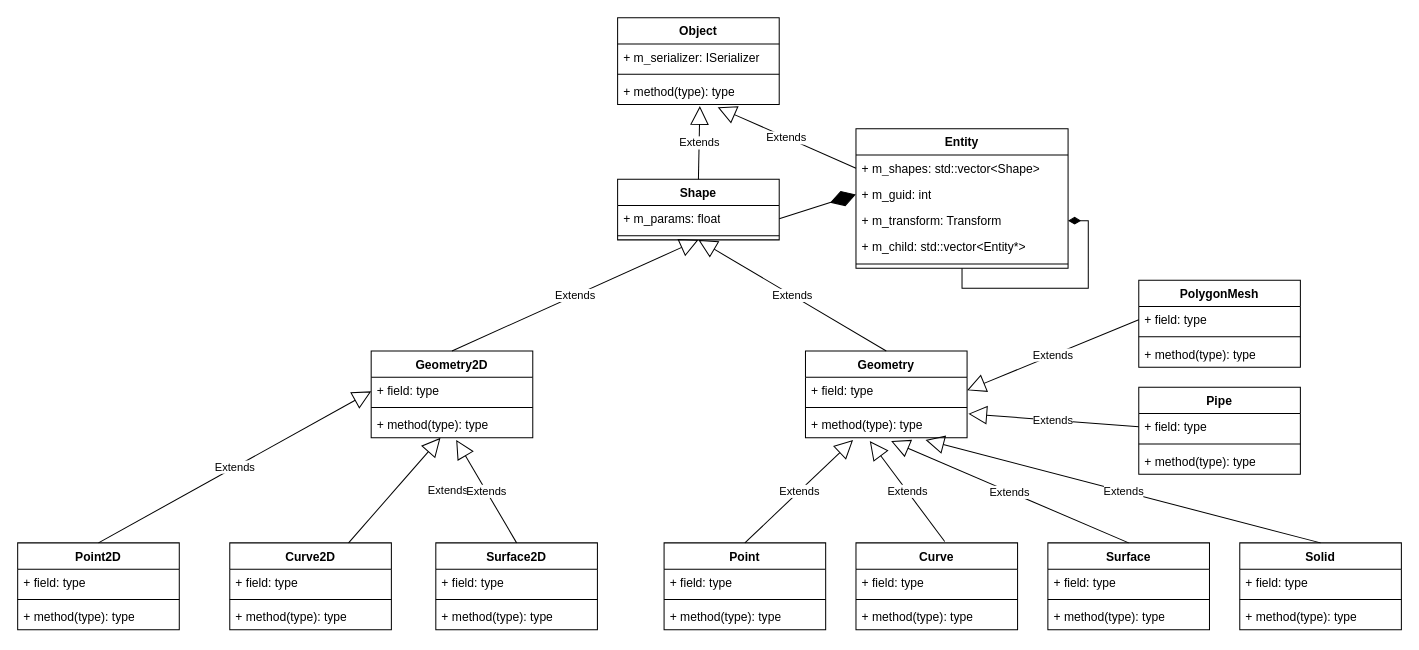
Above: DGE SDK.drawio in yichen2017/DGE-Design (draw.io), before the change. Source tidied: cells renumbered, new cells numbered last; positions are measured from the earlier drawing's top-left corner, leaving out a move shared by most shapes. Both pictures are drawn from the tidied source at 101%, with x=0, y=0 at pixel (17, 17).
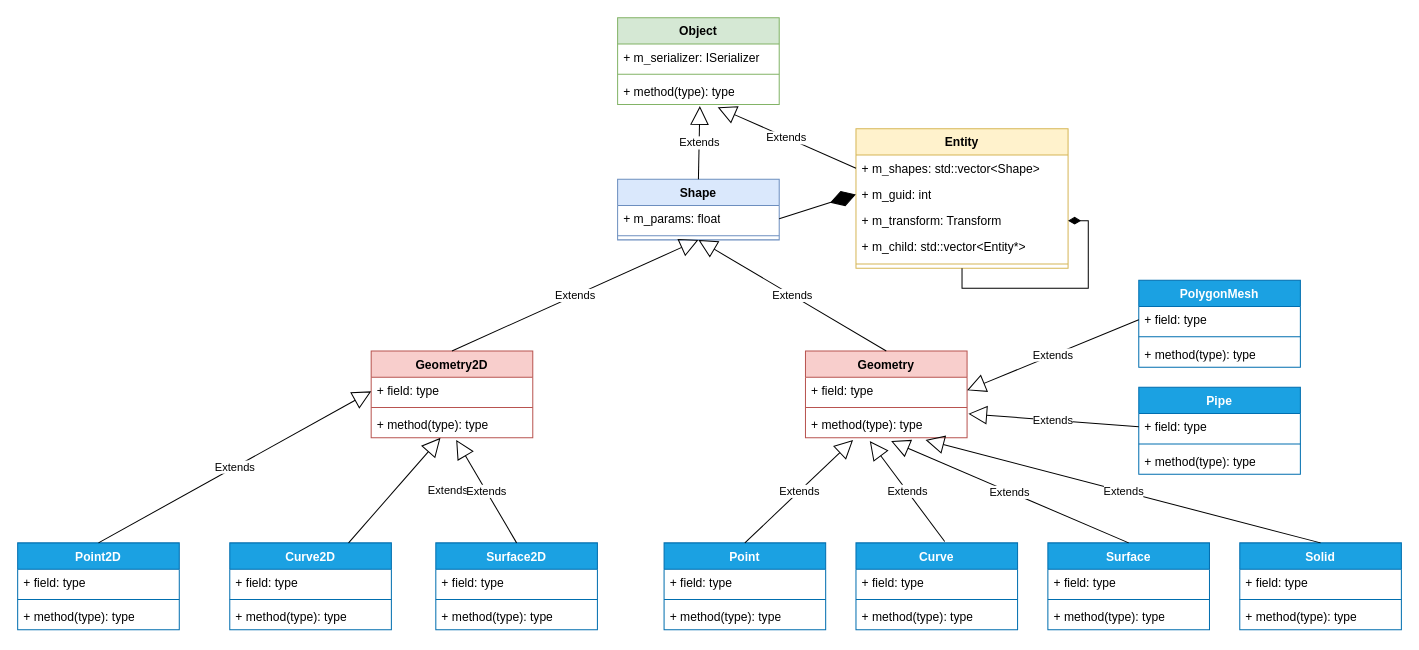
The same page after the edit.

Diff of the diagram source:
```diff
@@
-    <mxCell id="2" value="Shape" style="swimlane;fontStyle=1;align=center;verticalAlign=top;horizontal=1;startSize=26;whiteSpace=wrap;html=1;" parent="1" vertex="1">
+    <mxCell id="2" value="Shape" style="swimlane;fontStyle=1;align=center;verticalAlign=top;horizontal=1;startSize=26;whiteSpace=wrap;html=1;fillColor=#dae8fc;strokeColor=#6c8ebf;" parent="1" vertex="1">
       <mxGeometry x="594" y="160" width="160" height="60" as="geometry" />
     </mxCell>
@@
-    <mxCell id="6" value="Entity" style="swimlane;fontStyle=1;align=center;verticalAlign=top;horizontal=1;startSize=26;whiteSpace=wrap;html=1;" parent="1" vertex="1">
+    <mxCell id="6" value="Entity" style="swimlane;fontStyle=1;align=center;verticalAlign=top;horizontal=1;startSize=26;whiteSpace=wrap;html=1;fillColor=#fff2cc;strokeColor=#d6b656;" parent="1" vertex="1">
       <mxGeometry x="830" y="110" width="210" height="138" as="geometry" />
     </mxCell>
@@
-    <mxCell id="14" value="Geometry2D&lt;br&gt;" style="swimlane;fontStyle=1;align=center;verticalAlign=top;horizontal=1;startSize=26;whiteSpace=wrap;html=1;" parent="1" vertex="1">
+    <mxCell id="14" value="Geometry2D&lt;br&gt;" style="swimlane;fontStyle=1;align=center;verticalAlign=top;horizontal=1;startSize=26;whiteSpace=wrap;html=1;fillColor=#f8cecc;strokeColor=#b85450;" parent="1" vertex="1">
       <mxGeometry x="350" y="330" width="160" height="86" as="geometry" />
     </mxCell>
@@
-    <mxCell id="18" value="Geometry" style="swimlane;fontStyle=1;align=center;verticalAlign=top;horizontal=1;startSize=26;whiteSpace=wrap;html=1;" parent="1" vertex="1">
+    <mxCell id="18" value="Geometry" style="swimlane;fontStyle=1;align=center;verticalAlign=top;horizontal=1;startSize=26;whiteSpace=wrap;html=1;fillColor=#f8cecc;strokeColor=#b85450;" parent="1" vertex="1">
       <mxGeometry x="780" y="330" width="160" height="86" as="geometry" />
     </mxCell>
@@
-    <mxCell id="24" value="Point2D&lt;br&gt;" style="swimlane;fontStyle=1;align=center;verticalAlign=top;horizontal=1;startSize=26;whiteSpace=wrap;html=1;" parent="1" vertex="1">
+    <mxCell id="24" value="Point2D&lt;br&gt;" style="swimlane;fontStyle=1;align=center;verticalAlign=top;horizontal=1;startSize=26;whiteSpace=wrap;html=1;fillColor=#1ba1e2;fontColor=#ffffff;strokeColor=#006EAF;" parent="1" vertex="1">
       <mxGeometry y="520" width="160" height="86" as="geometry" />
     </mxCell>
@@
-    <mxCell id="28" value="Surface2D" style="swimlane;fontStyle=1;align=center;verticalAlign=top;horizontal=1;startSize=26;whiteSpace=wrap;html=1;" parent="1" vertex="1">
+    <mxCell id="28" value="Surface2D" style="swimlane;fontStyle=1;align=center;verticalAlign=top;horizontal=1;startSize=26;whiteSpace=wrap;html=1;fillColor=#1ba1e2;fontColor=#ffffff;strokeColor=#006EAF;" parent="1" vertex="1">
       <mxGeometry x="414" y="520" width="160" height="86" as="geometry" />
     </mxCell>
@@
-    <mxCell id="32" value="Curve2D" style="swimlane;fontStyle=1;align=center;verticalAlign=top;horizontal=1;startSize=26;whiteSpace=wrap;html=1;" parent="1" vertex="1">
+    <mxCell id="32" value="Curve2D" style="swimlane;fontStyle=1;align=center;verticalAlign=top;horizontal=1;startSize=26;whiteSpace=wrap;html=1;fillColor=#1ba1e2;fontColor=#ffffff;strokeColor=#006EAF;" parent="1" vertex="1">
       <mxGeometry x="210" y="520" width="160" height="86" as="geometry" />
     </mxCell>
@@
-    <mxCell id="39" value="Point" style="swimlane;fontStyle=1;align=center;verticalAlign=top;horizontal=1;startSize=26;whiteSpace=wrap;html=1;" parent="1" vertex="1">
+    <mxCell id="39" value="Point" style="swimlane;fontStyle=1;align=center;verticalAlign=top;horizontal=1;startSize=26;whiteSpace=wrap;html=1;fillColor=#1ba1e2;fontColor=#ffffff;strokeColor=#006EAF;" parent="1" vertex="1">
       <mxGeometry x="640" y="520" width="160" height="86" as="geometry" />
     </mxCell>
@@
-    <mxCell id="43" value="Surface" style="swimlane;fontStyle=1;align=center;verticalAlign=top;horizontal=1;startSize=26;whiteSpace=wrap;html=1;" parent="1" vertex="1">
+    <mxCell id="43" value="Surface" style="swimlane;fontStyle=1;align=center;verticalAlign=top;horizontal=1;startSize=26;whiteSpace=wrap;html=1;fillColor=#1ba1e2;fontColor=#ffffff;strokeColor=#006EAF;" parent="1" vertex="1">
       <mxGeometry x="1020" y="520" width="160" height="86" as="geometry" />
     </mxCell>
@@
-    <mxCell id="47" value="Curve" style="swimlane;fontStyle=1;align=center;verticalAlign=top;horizontal=1;startSize=26;whiteSpace=wrap;html=1;" parent="1" vertex="1">
+    <mxCell id="47" value="Curve" style="swimlane;fontStyle=1;align=center;verticalAlign=top;horizontal=1;startSize=26;whiteSpace=wrap;html=1;fillColor=#1ba1e2;fontColor=#ffffff;strokeColor=#006EAF;" parent="1" vertex="1">
       <mxGeometry x="830" y="520" width="160" height="86" as="geometry" />
     </mxCell>
@@
-    <mxCell id="51" value="Solid" style="swimlane;fontStyle=1;align=center;verticalAlign=top;horizontal=1;startSize=26;whiteSpace=wrap;html=1;" parent="1" vertex="1">
+    <mxCell id="51" value="Solid" style="swimlane;fontStyle=1;align=center;verticalAlign=top;horizontal=1;startSize=26;whiteSpace=wrap;html=1;fillColor=#1ba1e2;fontColor=#ffffff;strokeColor=#006EAF;" parent="1" vertex="1">
       <mxGeometry x="1210" y="520" width="160" height="86" as="geometry" />
     </mxCell>
@@
-    <mxCell id="59" value="Pipe" style="swimlane;fontStyle=1;align=center;verticalAlign=top;horizontal=1;startSize=26;whiteSpace=wrap;html=1;" parent="1" vertex="1">
+    <mxCell id="59" value="Pipe" style="swimlane;fontStyle=1;align=center;verticalAlign=top;horizontal=1;startSize=26;whiteSpace=wrap;html=1;fillColor=#1ba1e2;fontColor=#ffffff;strokeColor=#006EAF;" parent="1" vertex="1">
       <mxGeometry x="1110" y="366" width="160" height="86" as="geometry" />
     </mxCell>
@@
-    <mxCell id="63" value="PolygonMesh" style="swimlane;fontStyle=1;align=center;verticalAlign=top;horizontal=1;startSize=26;whiteSpace=wrap;html=1;" parent="1" vertex="1">
+    <mxCell id="63" value="PolygonMesh" style="swimlane;fontStyle=1;align=center;verticalAlign=top;horizontal=1;startSize=26;whiteSpace=wrap;html=1;fillColor=#1ba1e2;fontColor=#ffffff;strokeColor=#006EAF;" parent="1" vertex="1">
       <mxGeometry x="1110" y="260" width="160" height="86" as="geometry" />
     </mxCell>
@@
-    <mxCell id="70" value="Object" style="swimlane;fontStyle=1;align=center;verticalAlign=top;horizontal=1;startSize=26;whiteSpace=wrap;html=1;" parent="1" vertex="1">
+    <mxCell id="70" value="Object" style="swimlane;fontStyle=1;align=center;verticalAlign=top;horizontal=1;startSize=26;whiteSpace=wrap;html=1;fillColor=#d5e8d4;strokeColor=#82b366;" parent="1" vertex="1">
       <mxGeometry x="594" width="160" height="86" as="geometry" />
     </mxCell>
```
